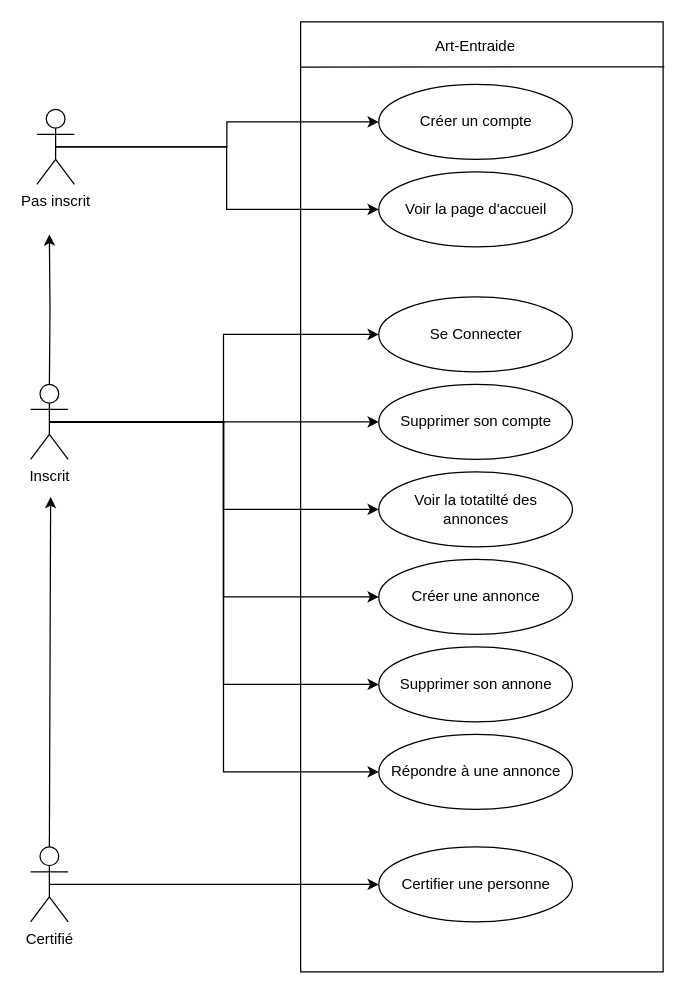
Earlier version of the draw.io diagram Conception/DCU.drawio (SkavenWannabe/ArtEntraide). Source tidied: cells renumbered, new cells numbered last; positions are measured from the earlier drawing's top-left corner, leaving out a move shared by most shapes. Both pictures are drawn from the tidied source at 125%, with x=0, y=0 at pixel (30, 21).
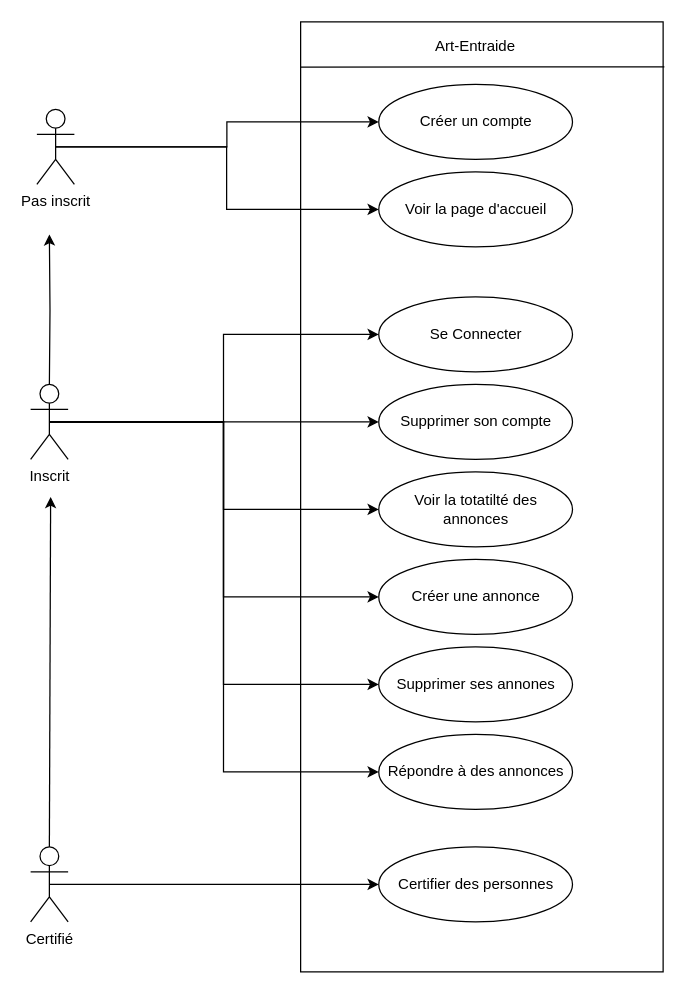
The same diagram, later.

The edit, as a diff of the source:
```diff
@@
-    <mxCell id="10" value="Répondre à une annonce " style="ellipse;whiteSpace=wrap;html=1;" parent="1" vertex="1">
+    <mxCell id="10" value="Répondre à des annonces " style="ellipse;whiteSpace=wrap;html=1;" parent="1" vertex="1">
       <mxGeometry x="278.5" y="570" width="155" height="60" as="geometry" />
     </mxCell>
@@
-    <mxCell id="21" value="Supprimer son annone " style="ellipse;whiteSpace=wrap;html=1;" parent="1" vertex="1">
+    <mxCell id="21" value="Supprimer ses annones " style="ellipse;whiteSpace=wrap;html=1;" parent="1" vertex="1">
       <mxGeometry x="278.5" y="500" width="155" height="60" as="geometry" />
     </mxCell>
@@
-    <mxCell id="24" value="Certifier une personne" style="ellipse;whiteSpace=wrap;html=1;" parent="1" vertex="1">
+    <mxCell id="24" value="Certifier des personnes" style="ellipse;whiteSpace=wrap;html=1;" parent="1" vertex="1">
       <mxGeometry x="278.5" y="660" width="155" height="60" as="geometry" />
     </mxCell>
```
